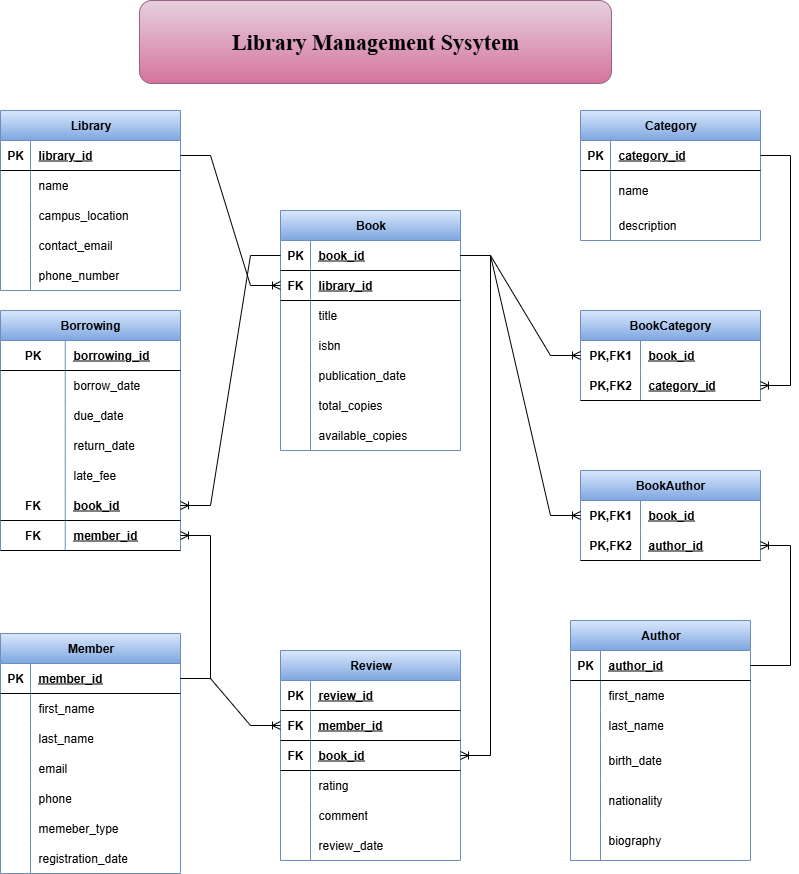
Earlier version of the draw.io export phase1-sql/ERD.drawio.png (Sheikhsy/Library-Management-System). Source tidied: cells renumbered, new cells last; positions are measured from the earlier drawing's top-left corner, leaving out a move shared by most shapes.
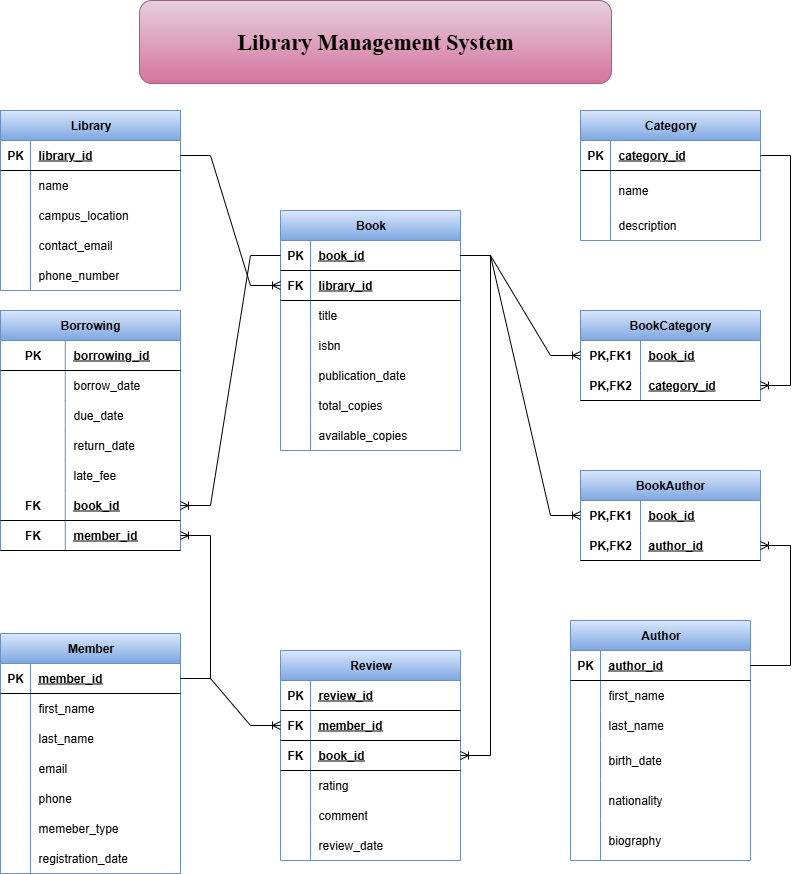
After the commit.

Change to the diagram source:
```diff
@@ -485,7 +485,7 @@
     <mxCell id="154" style="edgeStyle=entityRelationEdgeStyle;fontSize=12;html=1;endArrow=ERoneToMany;rounded=0;exitX=1;exitY=0.5;exitDx=0;exitDy=0;entryX=1;entryY=0.5;entryDx=0;entryDy=0;" parent="1" edge="1" source="3" target="141">
       <mxGeometry relative="1" as="geometry" />
     </mxCell>
-    <mxCell id="155" value="&lt;b&gt;&lt;font style=&quot;font-size: 22px;&quot; face=&quot;Times New Roman&quot;&gt;Library Management Sysytem&lt;/font&gt;&lt;/b&gt;" style="rounded=1;whiteSpace=wrap;html=1;fillColor=#e6d0de;gradientColor=#d5739d;strokeColor=#996185;" parent="1" vertex="1">
+    <mxCell id="155" value="&lt;b&gt;&lt;font style=&quot;font-size: 22px;&quot; face=&quot;Times New Roman&quot;&gt;Library Management System&lt;/font&gt;&lt;/b&gt;" style="rounded=1;whiteSpace=wrap;html=1;fillColor=#e6d0de;gradientColor=#d5739d;strokeColor=#996185;" parent="1" vertex="1">
       <mxGeometry x="289" width="472" height="83" as="geometry" />
     </mxCell>
   </root>
```
